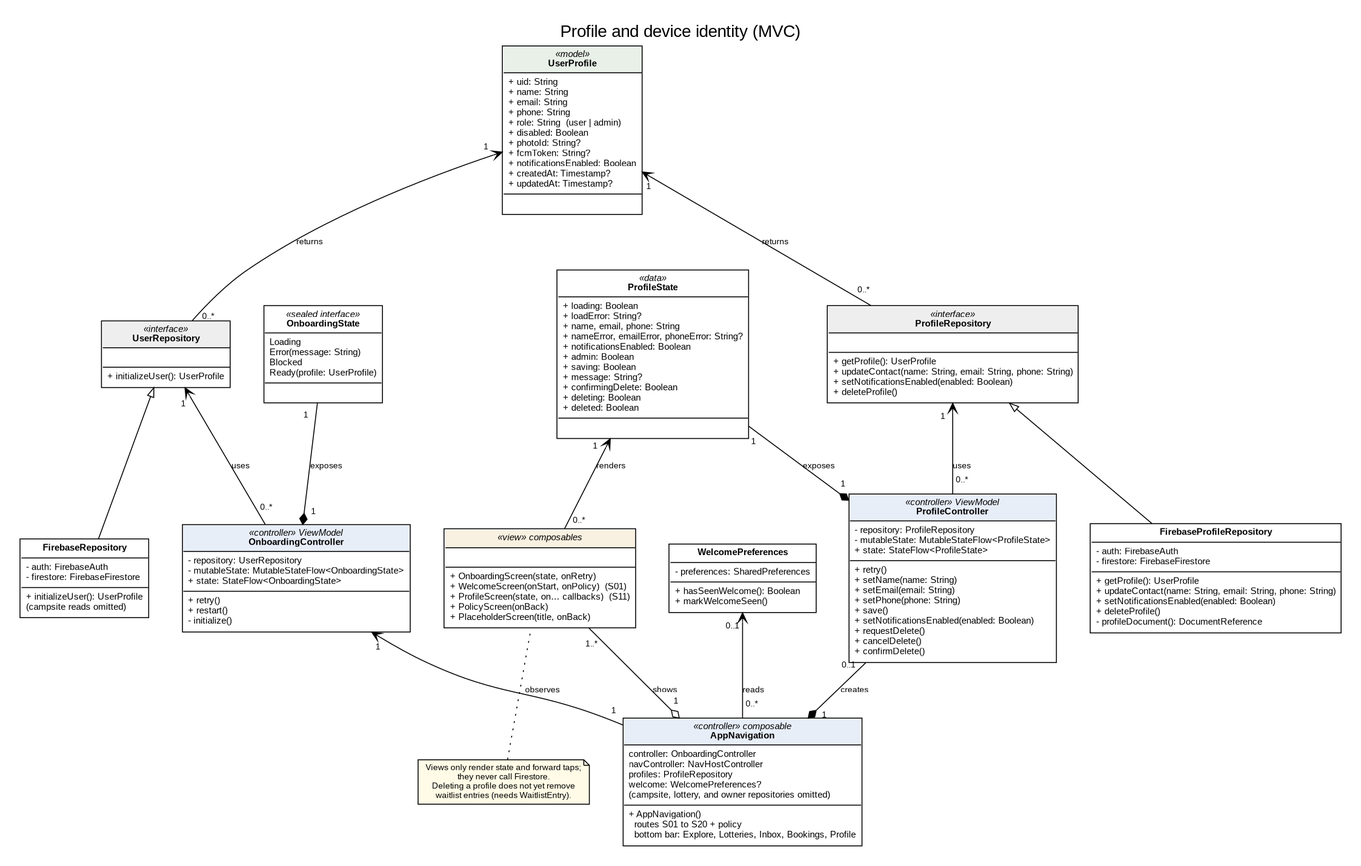
Above: doc/uml/profile_identity.png in CMPUT301F26-legion/legion-events (Graphviz), before the change. Its source is kept beside it as doc/uml/profile_identity.dot.
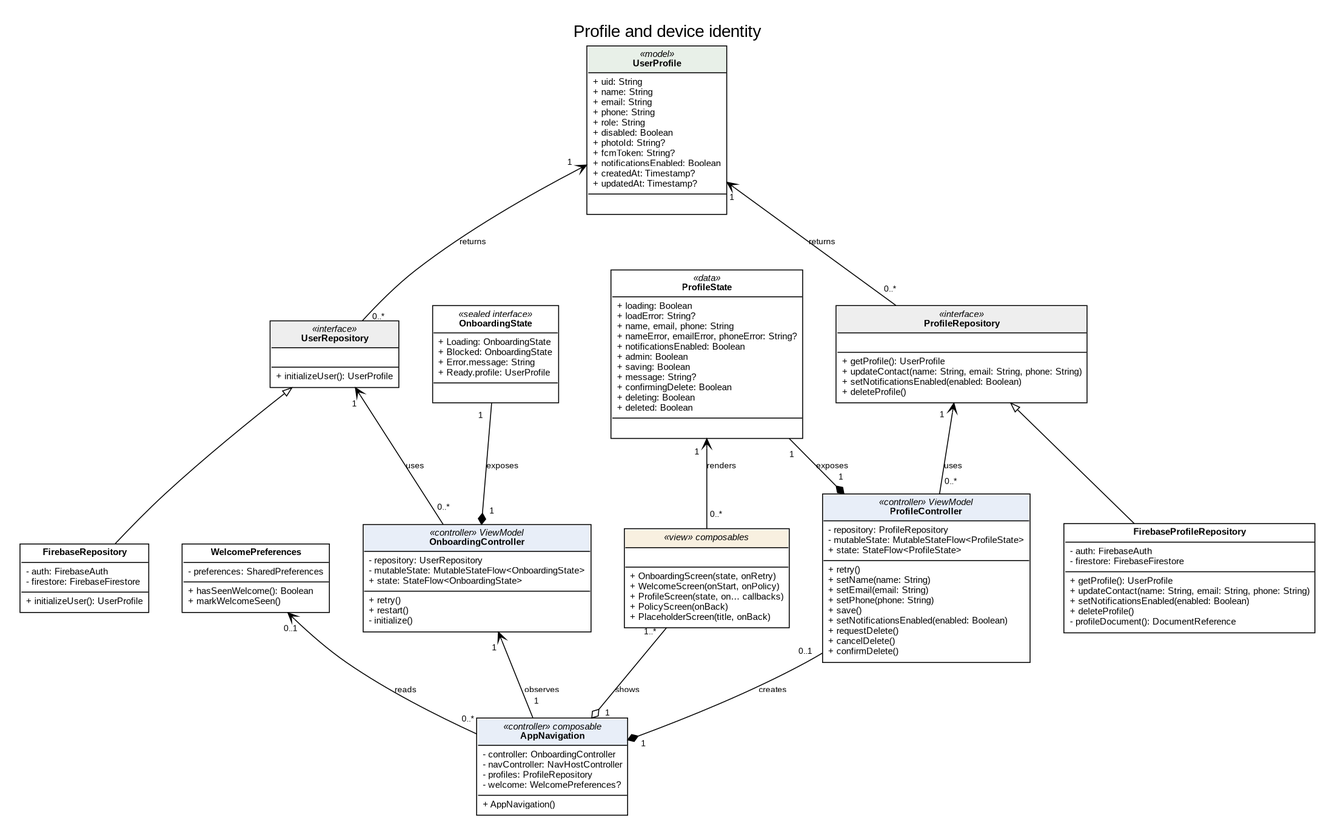
The same diagram one commit later.

The edit, as a diff of the source:
```diff
@@ -1,12 +1,12 @@
 digraph ProfileIdentity {
   graph [rankdir=BT fontname="Liberation Sans" nodesep=0.5 ranksep=0.7 dpi=110 pad=0.3
-         label="Profile and device identity (MVC)" labelloc=t fontsize=18];
+         label="Profile and device identity" labelloc=t fontsize=18];
   node  [shape=plain fontname="Liberation Sans" fontsize=10];
   edge  [fontname="Liberation Sans" fontsize=9];
 
   UserProfile [label=<<TABLE BORDER="1" CELLBORDER="0" CELLSPACING="0" CELLPADDING="4">
     <TR><TD BGCOLOR="#e8f0e8"><I>«model»</I><BR/><B>UserProfile</B></TD></TR>
-    <TR><TD ALIGN="LEFT" BALIGN="LEFT" SIDES="T" BORDER="1">+ uid: String<BR/>+ name: String<BR/>+ email: String<BR/>+ phone: String<BR/>+ role: String  (user | admin)<BR/>+ disabled: Boolean<BR/>+ photoId: String?<BR/>+ fcmToken: String?<BR/>+ notificationsEnabled: Boolean<BR/>+ createdAt: Timestamp?<BR/>+ updatedAt: Timestamp?</TD></TR>
+    <TR><TD ALIGN="LEFT" BALIGN="LEFT" SIDES="T" BORDER="1">+ uid: String<BR/>+ name: String<BR/>+ email: String<BR/>+ phone: String<BR/>+ role: String<BR/>+ disabled: Boolean<BR/>+ photoId: String?<BR/>+ fcmToken: String?<BR/>+ notificationsEnabled: Boolean<BR/>+ createdAt: Timestamp?<BR/>+ updatedAt: Timestamp?</TD></TR>
     <TR><TD ALIGN="LEFT" BALIGN="LEFT" SIDES="T" BORDER="1"> </TD></TR></TABLE>>];
 
   UserRepository [label=<<TABLE BORDER="1" CELLBORDER="0" CELLSPACING="0" CELLPADDING="4">
@@ -22,7 +22,7 @@
   FirebaseRepository [label=<<TABLE BORDER="1" CELLBORDER="0" CELLSPACING="0" CELLPADDING="4">
     <TR><TD><B>FirebaseRepository</B></TD></TR>
     <TR><TD ALIGN="LEFT" BALIGN="LEFT" SIDES="T" BORDER="1">- auth: FirebaseAuth<BR/>- firestore: FirebaseFirestore</TD></TR>
-    <TR><TD ALIGN="LEFT" BALIGN="LEFT" SIDES="T" BORDER="1">+ initializeUser(): UserProfile<BR/>(campsite reads omitted)</TD></TR></TABLE>>];
+    <TR><TD ALIGN="LEFT" BALIGN="LEFT" SIDES="T" BORDER="1">+ initializeUser(): UserProfile</TD></TR></TABLE>>];
 
   FirebaseProfileRepository [label=<<TABLE BORDER="1" CELLBORDER="0" CELLSPACING="0" CELLPADDING="4">
     <TR><TD><B>FirebaseProfileRepository</B></TD></TR>
@@ -41,7 +41,7 @@
 
   OnboardingState [label=<<TABLE BORDER="1" CELLBORDER="0" CELLSPACING="0" CELLPADDING="4">
     <TR><TD><I>«sealed interface»</I><BR/><B>OnboardingState</B></TD></TR>
-    <TR><TD ALIGN="LEFT" BALIGN="LEFT" SIDES="T" BORDER="1">Loading<BR/>Error(message: String)<BR/>Blocked<BR/>Ready(profile: UserProfile)</TD></TR>
+    <TR><TD ALIGN="LEFT" BALIGN="LEFT" SIDES="T" BORDER="1">+ Loading: OnboardingState<BR/>+ Blocked: OnboardingState<BR/>+ Error.message: String<BR/>+ Ready.profile: UserProfile</TD></TR>
     <TR><TD ALIGN="LEFT" BALIGN="LEFT" SIDES="T" BORDER="1"> </TD></TR></TABLE>>];
 
   ProfileController [label=<<TABLE BORDER="1" CELLBORDER="0" CELLSPACING="0" CELLPADDING="4">
@@ -56,15 +56,14 @@
 
   AppNavigation [label=<<TABLE BORDER="1" CELLBORDER="0" CELLSPACING="0" CELLPADDING="4">
     <TR><TD BGCOLOR="#e8eef8"><I>«controller» composable</I><BR/><B>AppNavigation</B></TD></TR>
-    <TR><TD ALIGN="LEFT" BALIGN="LEFT" SIDES="T" BORDER="1">controller: OnboardingController<BR/>navController: NavHostController<BR/>profiles: ProfileRepository<BR/>welcome: WelcomePreferences?<BR/>(campsite, lottery, and owner repositories omitted)</TD></TR>
-    <TR><TD ALIGN="LEFT" BALIGN="LEFT" SIDES="T" BORDER="1">+ AppNavigation()<BR/>  routes S01 to S20 + policy<BR/>  bottom bar: Explore, Lotteries, Inbox, Bookings, Profile</TD></TR></TABLE>>];
+    <TR><TD ALIGN="LEFT" BALIGN="LEFT" SIDES="T" BORDER="1">- controller: OnboardingController<BR/>- navController: NavHostController<BR/>- profiles: ProfileRepository<BR/>- welcome: WelcomePreferences?</TD></TR>
+    <TR><TD ALIGN="LEFT" BALIGN="LEFT" SIDES="T" BORDER="1">+ AppNavigation()</TD></TR></TABLE>>];
 
   Views [label=<<TABLE BORDER="1" CELLBORDER="0" CELLSPACING="0" CELLPADDING="4">
     <TR><TD BGCOLOR="#f8f0e0"><I>«view» composables</I></TD></TR>
     <TR><TD ALIGN="LEFT" BALIGN="LEFT" SIDES="T" BORDER="1"> </TD></TR>
-    <TR><TD ALIGN="LEFT" BALIGN="LEFT" SIDES="T" BORDER="1">+ OnboardingScreen(state, onRetry)<BR/>+ WelcomeScreen(onStart, onPolicy)  (S01)<BR/>+ ProfileScreen(state, on… callbacks)  (S11)<BR/>+ PolicyScreen(onBack)<BR/>+ PlaceholderScreen(title, onBack)</TD></TR></TABLE>>];
+    <TR><TD ALIGN="LEFT" BALIGN="LEFT" SIDES="T" BORDER="1">+ OnboardingScreen(state, onRetry)<BR/>+ WelcomeScreen(onStart, onPolicy)<BR/>+ ProfileScreen(state, on… callbacks)<BR/>+ PolicyScreen(onBack)<BR/>+ PlaceholderScreen(title, onBack)</TD></TR></TABLE>>];
 
-  note [shape=note fontsize=9 style=filled fillcolor="#fffbe6" label="Views only render state and forward taps;\nthey never call Firestore.\nDeleting a profile does not yet remove\nwaitlist entries (needs WaitlistEntry)."];
 
   edge [labeldistance=1.8 labelangle=35];
 
@@ -85,5 +84,4 @@
 
   AppNavigation -> Views [dir=back arrowtail=odiamond label="shows" taillabel="1" headlabel="1..*"];
 
-  note -> Views [arrowhead=none style=dotted];
 }
```
